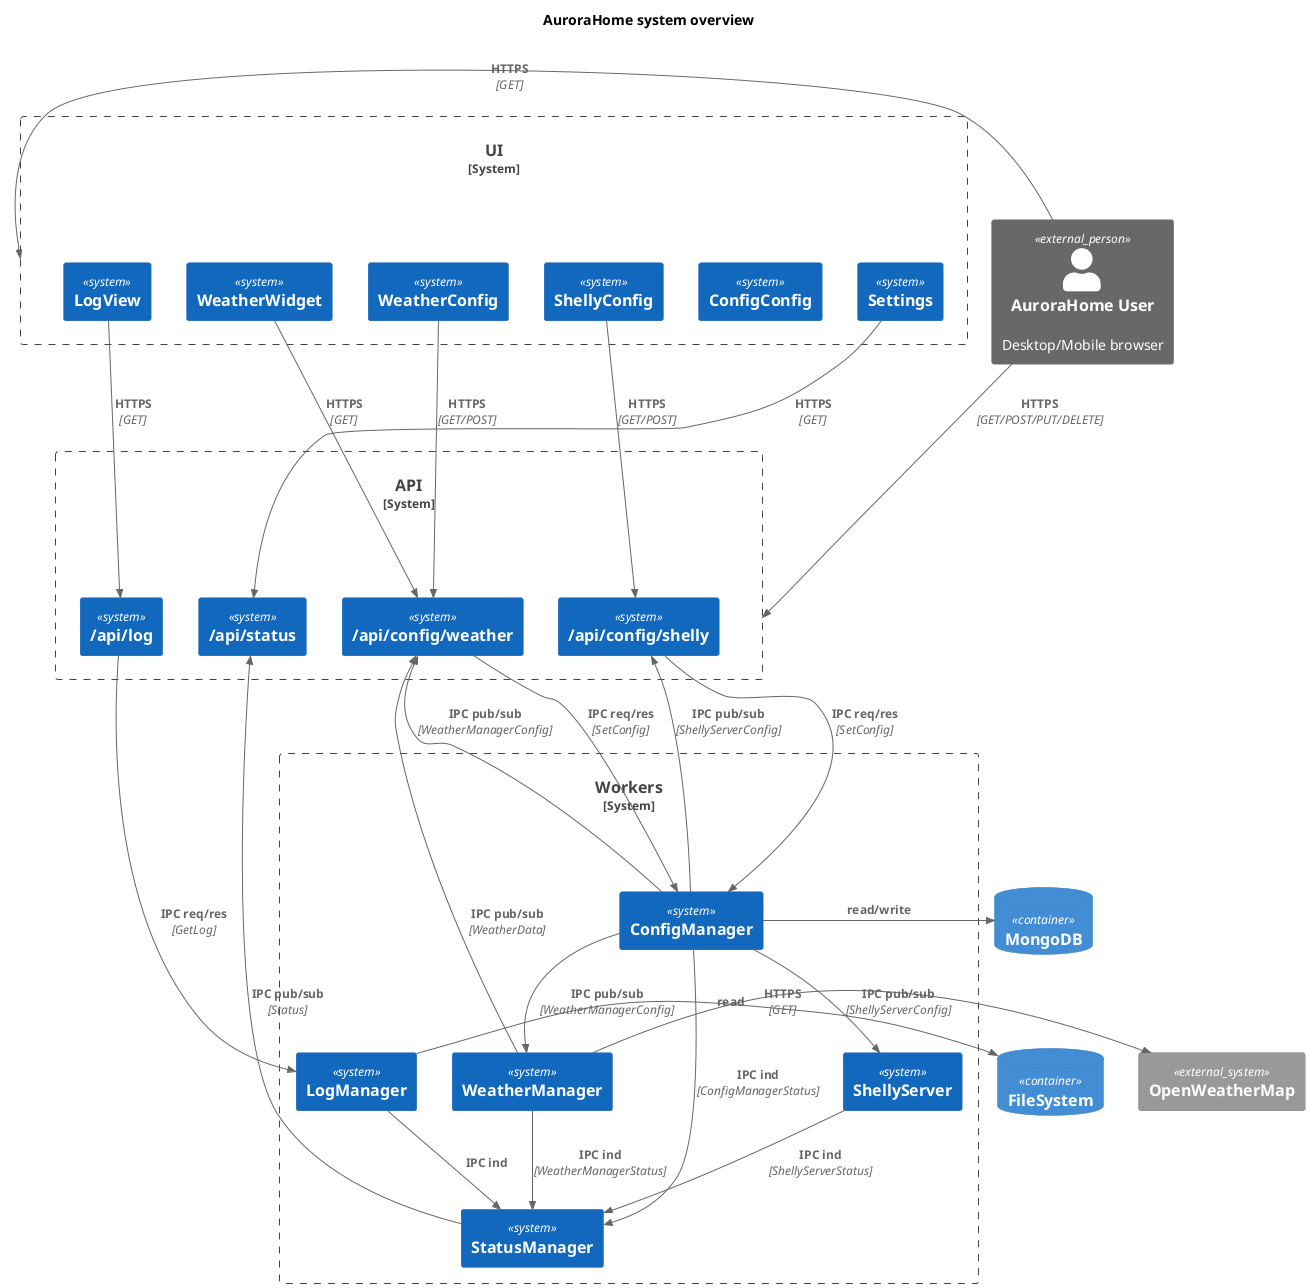
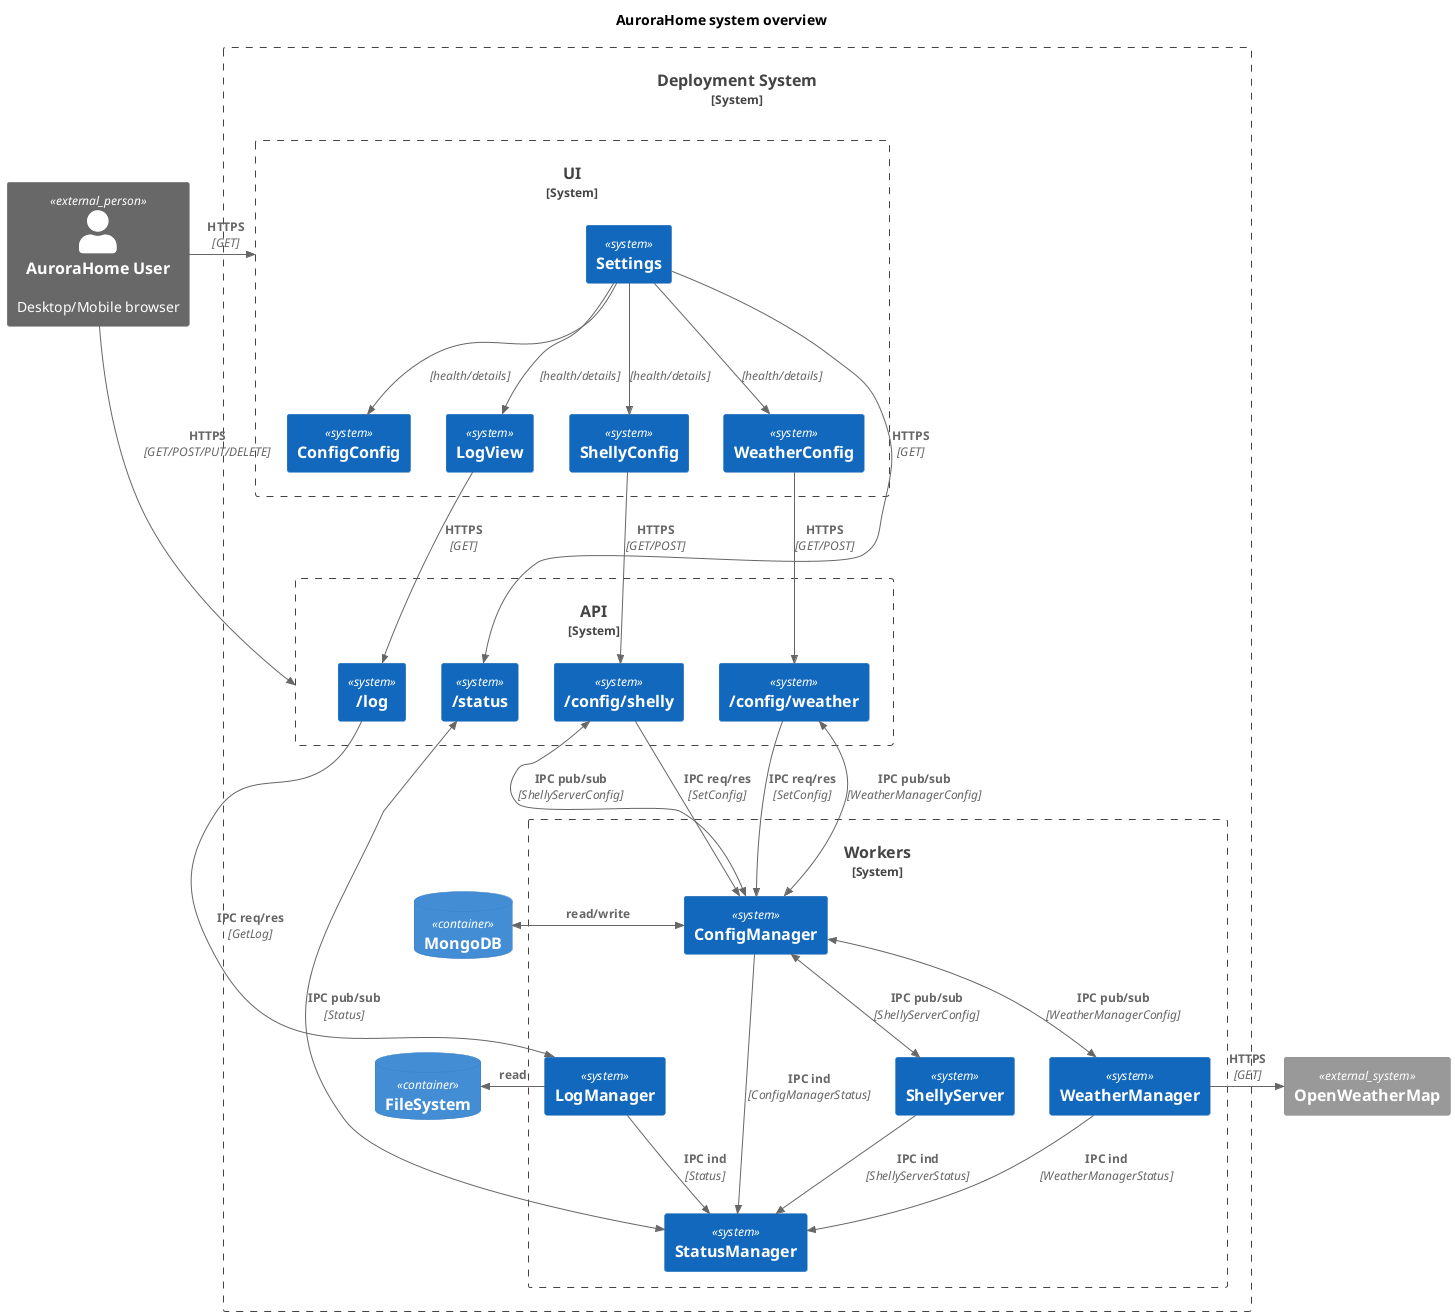
@startuml
!include <C4/C4_Container.puml>

title AuroraHome system overview

+ /'
+   External components
+ '/
Person_Ext(User, "AuroraHome User", "Desktop/Mobile browser")
System_Ext(OpenWeatherMap, "OpenWeatherMap", "")
- ContainerDb(MongoDb, "MongoDB", "")
- ContainerDb(FileSystem, "FileSystem", "")

- System_Boundary(Ui, "UI") {
-   System(Settings, "Settings", "")
-   System(ConfigConfig, "ConfigConfig", "")
-   System(ShellyConfig, "ShellyConfig", "")
-   System(WeatherConfig, "WeatherConfig", "")
-   System(LogView, "LogView", "")
-   System(WeatherWidget, "WeatherWidget", "")
+ /'
+   System components
+ '/
+ System_Boundary(DeploymentSystem, "Deployment System") {
+   ContainerDb(MongoDb, "MongoDB", "")
+   ContainerDb(FileSystem, "FileSystem", "")
+ 
+   System_Boundary(Ui, "UI") {
+     System(Settings, "Settings", "")
+     System(ConfigConfig, "ConfigConfig", "")
+     System(ShellyConfig, "ShellyConfig", "")
+     System(WeatherConfig, "WeatherConfig", "")
+     System(LogView, "LogView", "")
+   }
+ 
+   System_Boundary(Api, "API") {
+     System(StatusApi, "/status", "")
+     System(LogApi, "/log", "")
+     System(ConfigWeatherApi, "/config/weather", "")
+     System(ConfigShellyApi, "/config/shelly", "")
+   }
+ 
+   System_Boundary(Workers, "Workers") {
+     System(StatusManager, "StatusManager", "")
+     System(ConfigManager, "ConfigManager", "")
+     System(WeatherManager, "WeatherManager", "")
+     System(LogManager, "LogManager", "")
+     System(ShellyServer, "ShellyServer", "")
+   }
}

- System_Boundary(Api, "API") {
-   System(StatusApi, "/api/status", "")
-   System(WeatherApi, "/api/config/weather", "")
-   System(ShellyApi, "/api/config/shelly", "")
-   System(LogApi, "/api/log", "")
- }
+ /'
+   Connectors
+ '/
+ Rel_R(User, Api, "HTTPS", "GET/POST/PUT/DELETE")
+ Rel_R(User, Ui, "HTTPS", "GET")

- System_Boundary(Workers, "Workers") {
-   System(StatusManager, "StatusManager", "")
-   System(ConfigManager, "ConfigManager", "")
-   System(WeatherManager, "WeatherManager", "")
-   System(LogManager, "LogManager", "")
-   System(ShellyServer, "ShellyServer", "")
- }
+ Rel_D(Settings, ConfigConfig, "", "health/details")
+ Rel_D(Settings, ShellyConfig, "", "health/details")
+ Rel_D(Settings, WeatherConfig, "", "health/details")
+ Rel_D(Settings, LogView, "", "health/details")
+ Rel_D(Settings, StatusApi, "HTTPS", "GET")

- Rel_D(User, Api, "HTTPS", "GET/POST/PUT/DELETE")
- Rel_L(User, Ui, "HTTPS", "GET")
- 
- Rel_D(Settings, StatusApi, "HTTPS", "GET")
- Rel_D(WeatherConfig, WeatherApi, "HTTPS", "GET/POST")
- Rel_D(WeatherWidget, WeatherApi, "HTTPS", "GET")
- Rel_D(ShellyConfig, ShellyApi, "HTTPS", "GET/POST")
+ Rel_D(WeatherConfig, ConfigWeatherApi, "HTTPS", "GET/POST")
+ Rel_D(ShellyConfig, ConfigShellyApi, "HTTPS", "GET/POST")
Rel_D(LogView, LogApi, "HTTPS", "GET")

- Rel_U(WeatherManager, WeatherApi, "IPC pub/sub", "WeatherData")
- Rel_D(WeatherApi, ConfigManager, "IPC req/res", "SetConfig")
- Rel_D(ShellyApi, ConfigManager, "IPC req/res", "SetConfig")
+ BiRel_U(StatusManager, StatusApi, "IPC pub/sub", "Status")
+ BiRel_U(ConfigManager, ConfigShellyApi, "IPC pub/sub", "ShellyServerConfig")
+ Rel_D(ConfigShellyApi, ConfigManager, "IPC req/res", "SetConfig")
+ BiRel_U(ConfigManager, ConfigWeatherApi, "IPC pub/sub", "WeatherManagerConfig")
+ Rel_D(ConfigWeatherApi, ConfigManager, "IPC req/res", "SetConfig")
Rel_D(LogApi, LogManager, "IPC req/res", "GetLog")
- 
- Rel_D(ConfigManager, WeatherManager, "IPC pub/sub", "WeatherManagerConfig")
- Rel_U(ConfigManager, WeatherApi, "IPC pub/sub", "WeatherManagerConfig")
- Rel_D(ConfigManager, ShellyServer, "IPC pub/sub", "ShellyServerConfig")
- Rel_U(ConfigManager, ShellyApi, "IPC pub/sub", "ShellyServerConfig")

Rel_D(ConfigManager, StatusManager, "IPC ind", "ConfigManagerStatus")
Rel_D(WeatherManager, StatusManager, "IPC ind", "WeatherManagerStatus")
- Rel_D(LogManager, StatusManager, "IPC ind", "")
+ Rel_D(LogManager, StatusManager, "IPC ind", "Status")
Rel_D(ShellyServer, StatusManager, "IPC ind", "ShellyServerStatus")
- Rel_U(StatusManager, StatusApi, "IPC pub/sub", "Status")

- Rel_R(ConfigManager, MongoDb, "read/write")
+ BiRel_D(ConfigManager, WeatherManager, "IPC pub/sub", "WeatherManagerConfig")
+ BiRel_D(ConfigManager, ShellyServer, "IPC pub/sub", "ShellyServerConfig")
+ 
+ BiRel_R(ConfigManager, MongoDb, "read/write")
Rel_R(LogManager, FileSystem, "read")
Rel_R(WeatherManager, OpenWeatherMap, "HTTPS", "GET")

@enduml
